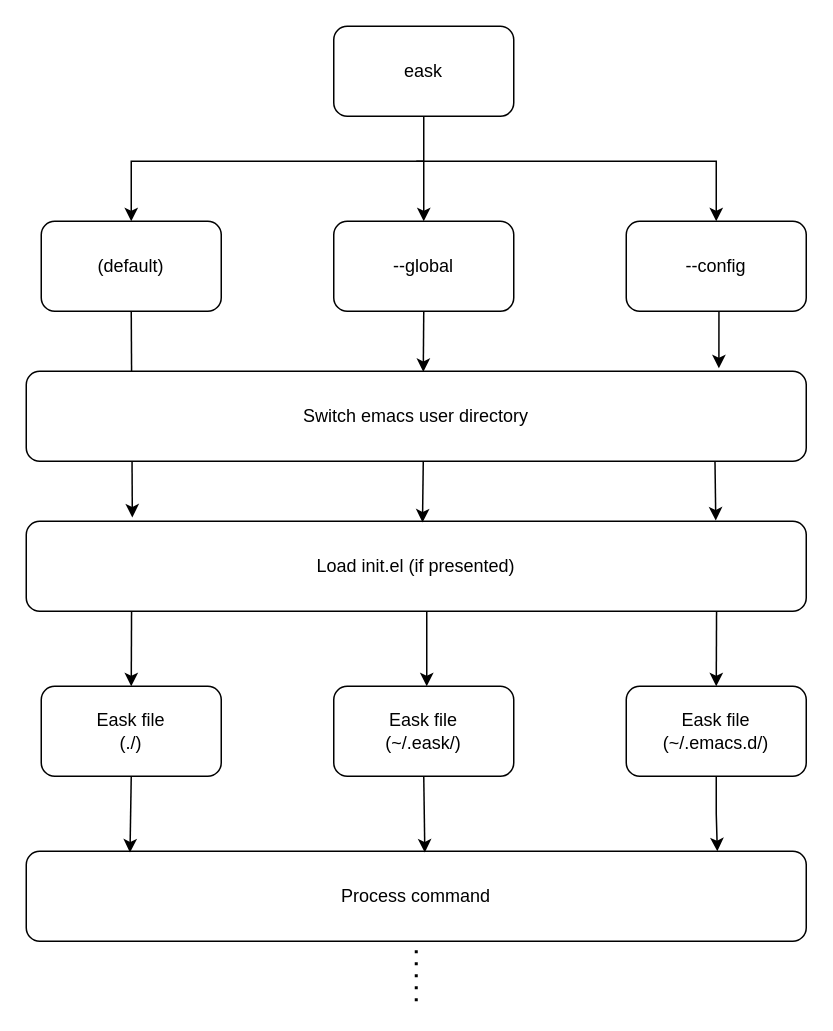
emacs-eask/cli keeps this draw.io diagram as docs/etc/scopes.drawio. Above is the earlier version. Source tidied: cells renumbered, new cells numbered last; positions are measured from the earlier drawing's top-left corner, leaving out a move shared by most shapes. Both pictures are drawn from the tidied source at 150%, with x=0, y=0 at pixel (26, 26).
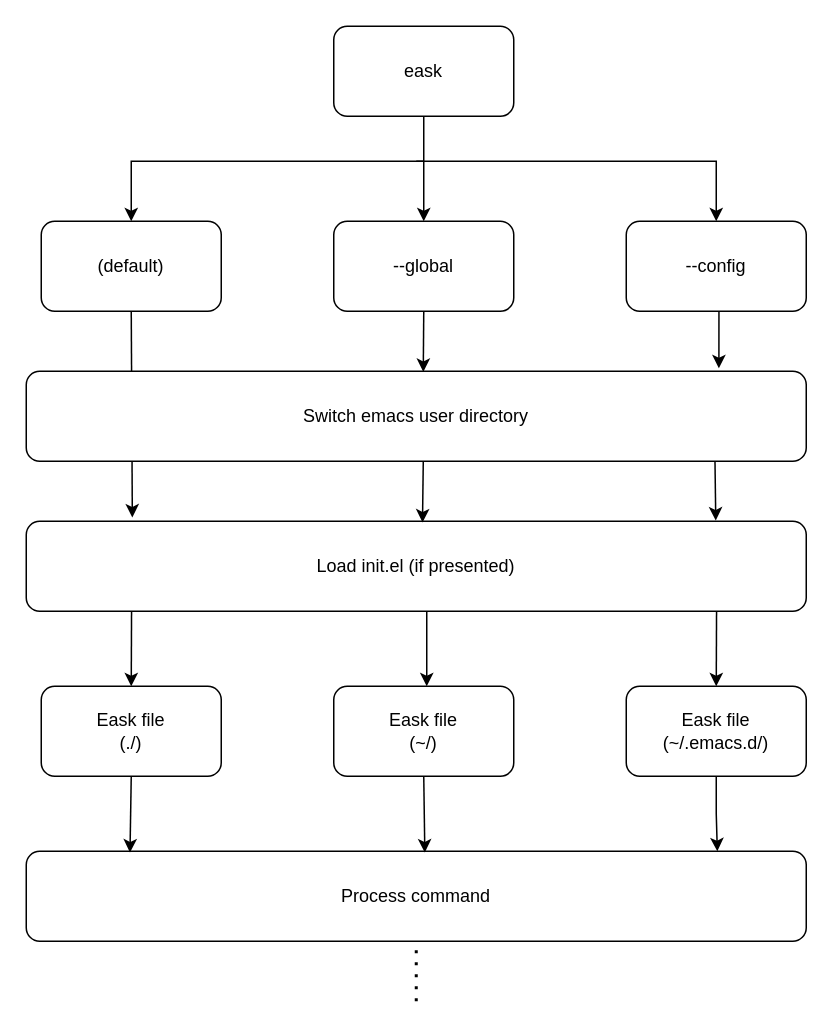
Above is the later version.

Diff of the diagram source:
```diff
@@
-    <mxCell id="11" value="Eask file&lt;br&gt;(~/.eask/)" style="rounded=1;whiteSpace=wrap;html=1;" parent="1" vertex="1">
+    <mxCell id="11" value="Eask file&lt;br&gt;(~/)" style="rounded=1;whiteSpace=wrap;html=1;" parent="1" vertex="1">
       <mxGeometry x="205" y="440" width="120" height="60" as="geometry" />
     </mxCell>
```
